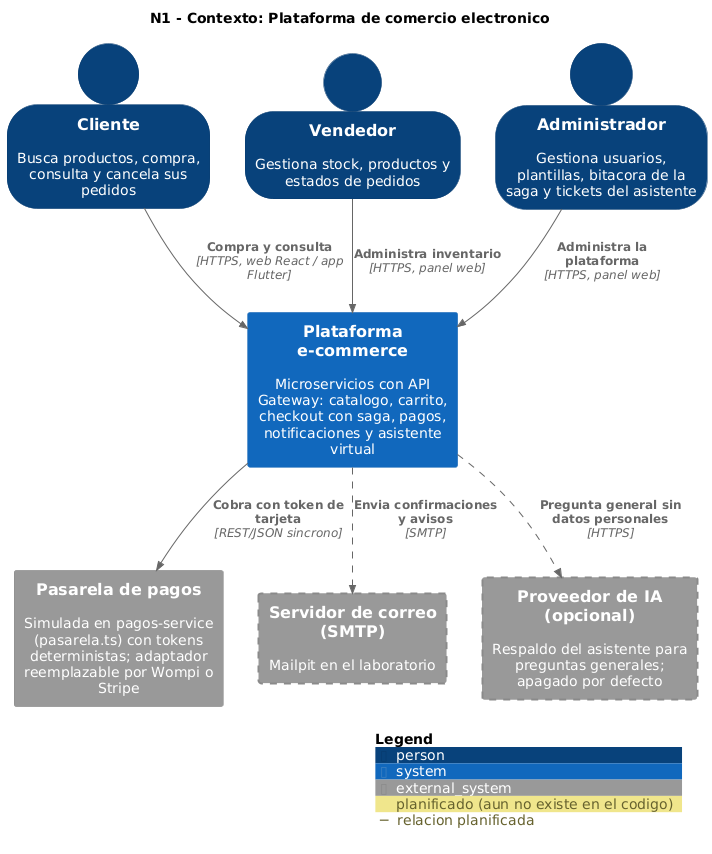
Earlier version of the PlantUML export docs/c4/png/01-contexto.png (SerBy48/Proyecto-EIS-II). Its diagram source:
```plantuml
@startuml 01-contexto
!include lib/C4_Context.puml
!include estilo.puml
title N1 - Contexto: Plataforma de comercio electronico

Person(cliente, "Cliente", "Busca productos, compra, consulta y cancela sus pedidos")
Person(vendedor, "Vendedor", "Gestiona stock, productos y estados de pedidos")
Person(admin, "Administrador", "Gestiona usuarios, plantillas, bitacora de la saga y tickets del asistente")

System(plataforma, "Plataforma e-commerce", "Microservicios con API Gateway: catalogo, carrito, checkout con saga, pagos, notificaciones y asistente virtual")

System_Ext(pasarela, "Pasarela de pagos", "Simulada en pagos-service (pasarela.ts) con tokens deterministas; adaptador reemplazable por Wompi o Stripe")
System_Ext(correo, "Servidor de correo (SMTP)", "Mailpit en el laboratorio", $tags="planificado")
System_Ext(ia, "Proveedor de IA (opcional)", "Respaldo del asistente para preguntas generales; apagado por defecto", $tags="planificado")

Rel(cliente, plataforma, "Compra y consulta", "HTTPS, web React / app Flutter")
Rel(vendedor, plataforma, "Administra inventario", "HTTPS, panel web")
Rel(admin, plataforma, "Administra la plataforma", "HTTPS, panel web")
Rel(plataforma, pasarela, "Cobra con token de tarjeta", "REST/JSON sincrono")
Rel(plataforma, correo, "Envia confirmaciones y avisos", "SMTP", $tags="planificado")
Rel(plataforma, ia, "Pregunta general sin datos personales", "HTTPS", $tags="planificado")

SHOW_LEGEND()
@enduml
```
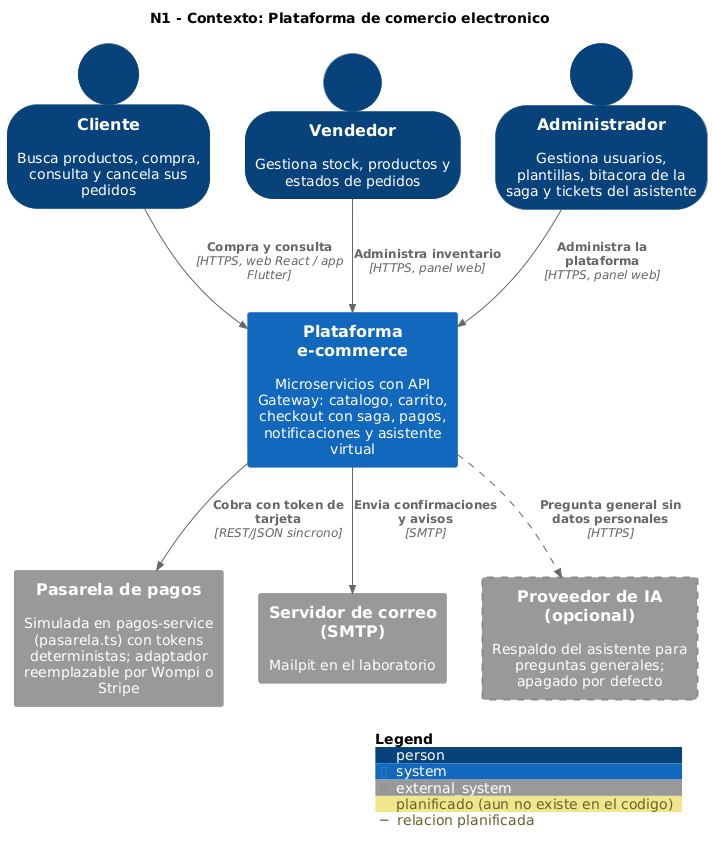
After the commit.

What changed in the source:
```diff
@@ -10,14 +10,14 @@
 System(plataforma, "Plataforma e-commerce", "Microservicios con API Gateway: catalogo, carrito, checkout con saga, pagos, notificaciones y asistente virtual")
 
 System_Ext(pasarela, "Pasarela de pagos", "Simulada en pagos-service (pasarela.ts) con tokens deterministas; adaptador reemplazable por Wompi o Stripe")
-System_Ext(correo, "Servidor de correo (SMTP)", "Mailpit en el laboratorio", $tags="planificado")
+System_Ext(correo, "Servidor de correo (SMTP)", "Mailpit en el laboratorio")
 System_Ext(ia, "Proveedor de IA (opcional)", "Respaldo del asistente para preguntas generales; apagado por defecto", $tags="planificado")
 
 Rel(cliente, plataforma, "Compra y consulta", "HTTPS, web React / app Flutter")
 Rel(vendedor, plataforma, "Administra inventario", "HTTPS, panel web")
 Rel(admin, plataforma, "Administra la plataforma", "HTTPS, panel web")
 Rel(plataforma, pasarela, "Cobra con token de tarjeta", "REST/JSON sincrono")
-Rel(plataforma, correo, "Envia confirmaciones y avisos", "SMTP", $tags="planificado")
+Rel(plataforma, correo, "Envia confirmaciones y avisos", "SMTP")
 Rel(plataforma, ia, "Pregunta general sin datos personales", "HTTPS", $tags="planificado")
 
 SHOW_LEGEND()
```
